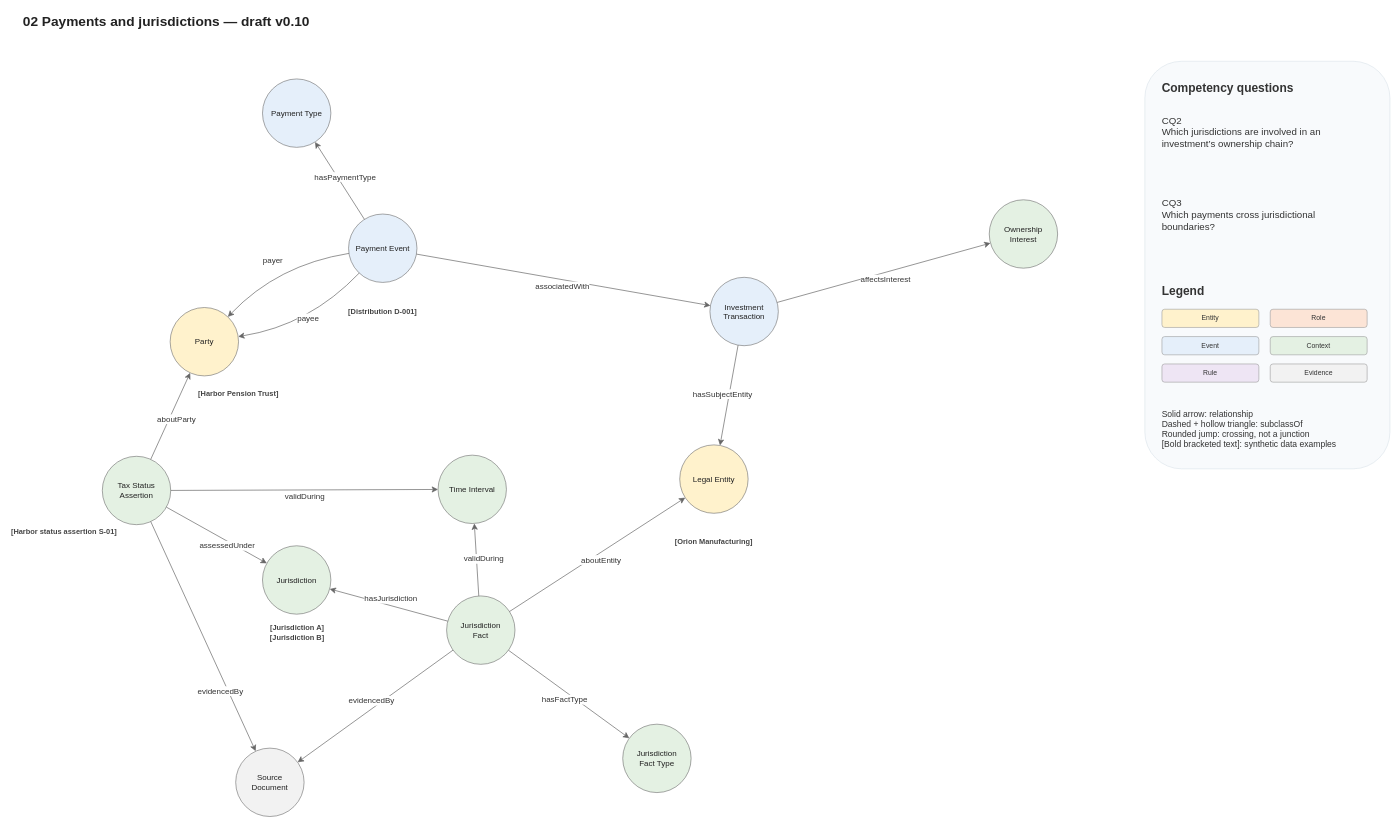
ssfd7/cross-border-pei keeps this draw.io diagram as page "02 Payments and jurisdictions" (3 of 6) of model/xb-pei-model.drawio. Above is the earlier version. Source tidied: cells renumbered, new cells numbered last; positions are measured from the earlier drawing's top-left corner, leaving out a move shared by most shapes. Both pictures are drawn from the tidied source at 57%, with x=0, y=0 at pixel (10, 10).
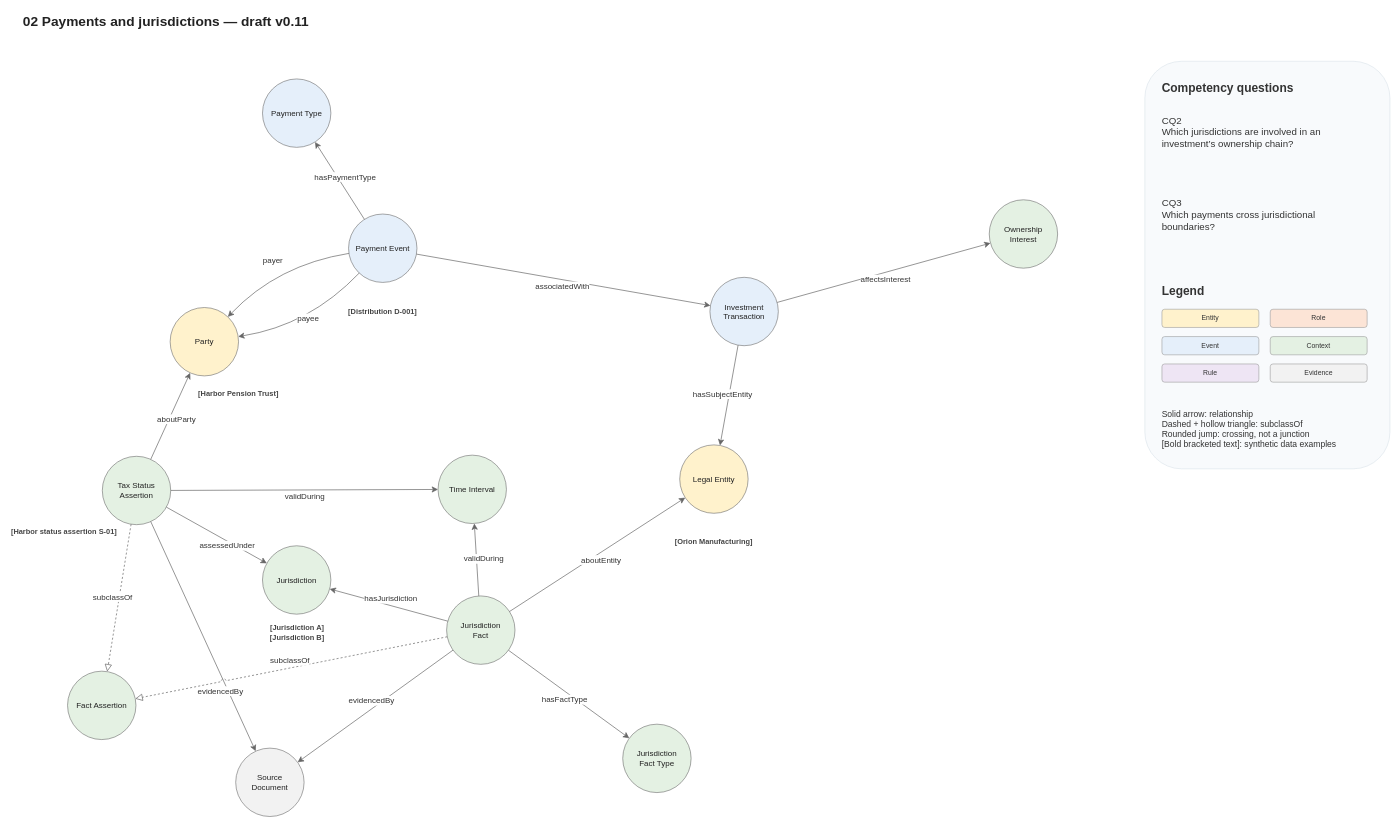
After the change.

The change refers to these unchanged cells:
```xml
<mxCell id="4" value="Jurisdiction&#10;Fact" style="shape=ellipse;perimeter=ellipsePerimeter;whiteSpace=wrap;html=0;fillColor=#E4F1E3;strokeColor=#666666;strokeWidth=1;fontSize=14;fontColor=#222222;spacing=8;" parent="1" vertex="1">
  <mxGeometry x="766" y="1028" width="120" height="120" as="geometry" />
</mxCell>
<mxCell id="11" value="Tax Status&#10;Assertion" style="shape=ellipse;perimeter=ellipsePerimeter;whiteSpace=wrap;html=0;fillColor=#E4F1E3;strokeColor=#666666;strokeWidth=1;fontSize=14;fontColor=#222222;spacing=8;" parent="1" vertex="1">
  <mxGeometry x="162" y="783" width="120" height="120" as="geometry" />
</mxCell>
```

The edit, as a diff of the source:
```diff
@@
-    <mxCell id="2" value="02 Payments and jurisdictions — draft v0.10" style="shape=label;fillColor=none;strokeColor=none;html=1;align=left;fontSize=24;fontStyle=1;fontColor=#222222;" parent="1" vertex="1">
+    <mxCell id="2" value="02 Payments and jurisdictions — draft v0.11" style="shape=label;fillColor=none;strokeColor=none;html=1;align=left;fontSize=24;fontStyle=1;fontColor=#222222;" parent="1" vertex="1">
       <mxGeometry x="21" width="1700" height="40" as="geometry" />
     </mxCell>
@@
+    <mxCell id="47" value="Fact Assertion" style="shape=ellipse;perimeter=ellipsePerimeter;whiteSpace=wrap;html=0;fillColor=#E4F1E3;strokeColor=#666666;strokeWidth=1;fontSize=14;fontColor=#222222;spacing=8;" parent="1" vertex="1">
+      <mxGeometry x="101" y="1160" width="120" height="120" as="geometry" />
+    </mxCell>
+    <mxCell id="48" value="subclassOf" style="edgeStyle=none;html=1;rounded=0;strokeColor=#666666;strokeWidth=1.2;fontSize=14;fontColor=#333333;labelBackgroundColor=#FFFFFF;dashed=1;endArrow=block;endFill=0;endSize=10;startArrow=none;curved=0;jumpStyle=arc;jumpSize=8;" parent="1" edge="1" source="4" target="47">
+      <mxGeometry y="-12" relative="1" as="geometry" />
+    </mxCell>
+    <mxCell id="49" value="subclassOf" style="edgeStyle=none;html=1;rounded=0;strokeColor=#666666;strokeWidth=1.2;fontSize=14;fontColor=#333333;labelBackgroundColor=#FFFFFF;dashed=1;endArrow=block;endFill=0;endSize=10;startArrow=none;curved=0;jumpStyle=arc;jumpSize=8;" parent="1" edge="1" source="11" target="47">
+      <mxGeometry y="-12" relative="1" as="geometry" />
+    </mxCell>
```
